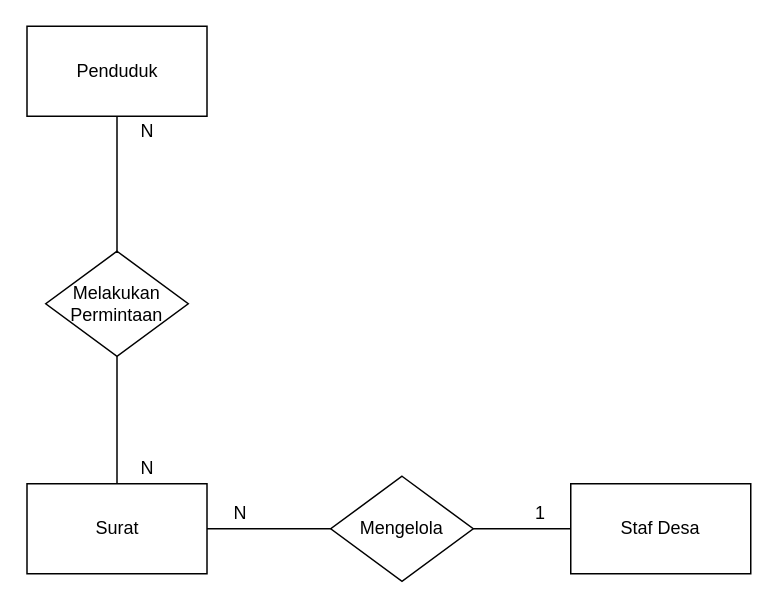
Before: ERD.drawio in bayubimantarar/laporan-tugas-akhir, a draw.io diagram. Source tidied: cells renumbered, new cells numbered last; positions are measured from the earlier drawing's top-left corner, leaving out a move shared by most shapes. Both pictures are drawn from the tidied source at 150%, with x=0, y=0 at pixel (27, 26).
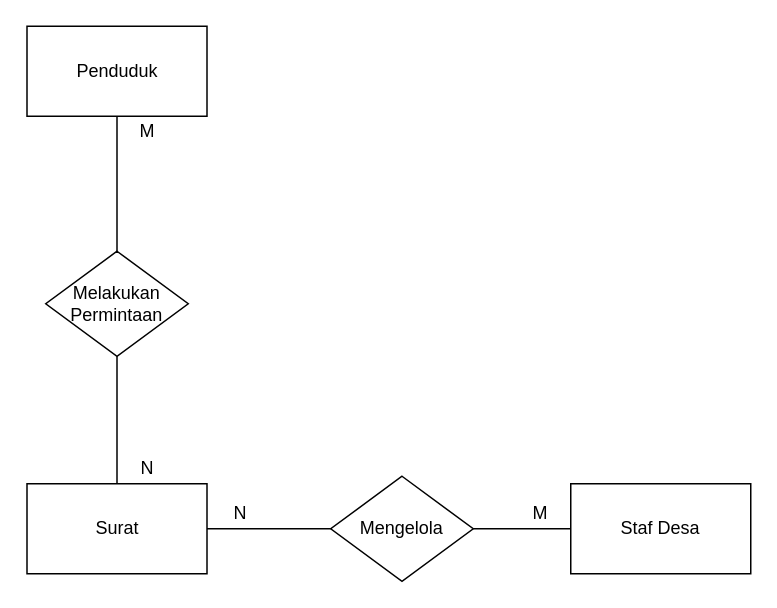
The same page after the edit.

What changed in the source:
```diff
@@
 <mxGraphModel>
   <root>
     <mxCell id="0" />
     <mxCell id="1" parent="0" />
     <mxCell id="2" value="Surat" style="rounded=0;whiteSpace=wrap;html=1;" parent="1" vertex="1">
       <mxGeometry x="-0.5" y="305" width="120" height="60" as="geometry" />
     </mxCell>
     <mxCell id="3" value="Staf Desa" style="rounded=0;whiteSpace=wrap;html=1;" parent="1" vertex="1">
       <mxGeometry x="362" y="305" width="120" height="60" as="geometry" />
     </mxCell>
     <mxCell id="4" value="Mengelola" style="rhombus;whiteSpace=wrap;html=1;" parent="1" vertex="1">
       <mxGeometry x="202" y="300" width="95" height="70" as="geometry" />
     </mxCell>
     <mxCell id="5" style="endArrow=none;html=1;exitX=1;exitY=0.5;exitDx=0;exitDy=0;entryX=0;entryY=0.5;entryDx=0;entryDy=0;" parent="1" edge="1" source="2" target="4">
       <mxGeometry relative="1" as="geometry" />
     </mxCell>
     <mxCell id="6" value="N" style="text;html=1;strokeColor=none;fillColor=none;align=center;verticalAlign=middle;whiteSpace=wrap;rounded=0;" parent="1" vertex="1">
       <mxGeometry x="122" y="315" width="40" height="20" as="geometry" />
     </mxCell>
     <mxCell id="7" style="endArrow=none;html=1;entryX=0;entryY=0.5;entryDx=0;entryDy=0;exitX=1;exitY=0.5;exitDx=0;exitDy=0;" parent="1" edge="1" source="4" target="3">
       <mxGeometry relative="1" as="geometry" />
     </mxCell>
-    <mxCell id="8" value="1" style="text;html=1;strokeColor=none;fillColor=none;align=center;verticalAlign=middle;whiteSpace=wrap;rounded=0;" parent="1" vertex="1">
+    <mxCell id="8" value="M" style="text;html=1;strokeColor=none;fillColor=none;align=center;verticalAlign=middle;whiteSpace=wrap;rounded=0;" parent="1" vertex="1">
       <mxGeometry x="322" y="315" width="40" height="20" as="geometry" />
     </mxCell>
     <mxCell id="9" value="Penduduk" style="rounded=0;whiteSpace=wrap;html=1;" parent="1" vertex="1">
       <mxGeometry x="-0.5" width="120" height="60" as="geometry" />
     </mxCell>
     <mxCell id="10" value="Melakukan Permintaan" style="rhombus;whiteSpace=wrap;html=1;" parent="1" vertex="1">
       <mxGeometry x="12" y="150" width="95" height="70" as="geometry" />
     </mxCell>
     <mxCell id="11" style="endArrow=none;html=1;entryX=0.5;entryY=1;entryDx=0;entryDy=0;" parent="1" edge="1" source="2" target="10">
       <mxGeometry relative="1" as="geometry" />
     </mxCell>
     <mxCell id="12" style="endArrow=none;html=1;entryX=0.5;entryY=1;entryDx=0;entryDy=0;exitX=0.5;exitY=0;exitDx=0;exitDy=0;" parent="1" edge="1" source="10" target="9">
       <mxGeometry relative="1" as="geometry" />
     </mxCell>
-    <mxCell id="13" value="N" style="text;html=1;strokeColor=none;fillColor=none;align=center;verticalAlign=middle;whiteSpace=wrap;rounded=0;" parent="1" vertex="1">
+    <mxCell id="13" value="M" style="text;html=1;strokeColor=none;fillColor=none;align=center;verticalAlign=middle;whiteSpace=wrap;rounded=0;" parent="1" vertex="1">
       <mxGeometry x="59.5" y="60" width="40" height="20" as="geometry" />
     </mxCell>
     <mxCell id="14" value="N" style="text;html=1;strokeColor=none;fillColor=none;align=center;verticalAlign=middle;whiteSpace=wrap;rounded=0;" parent="1" vertex="1">
       <mxGeometry x="59.5" y="285" width="40" height="20" as="geometry" />
     </mxCell>
   </root>
 </mxGraphModel>
```
